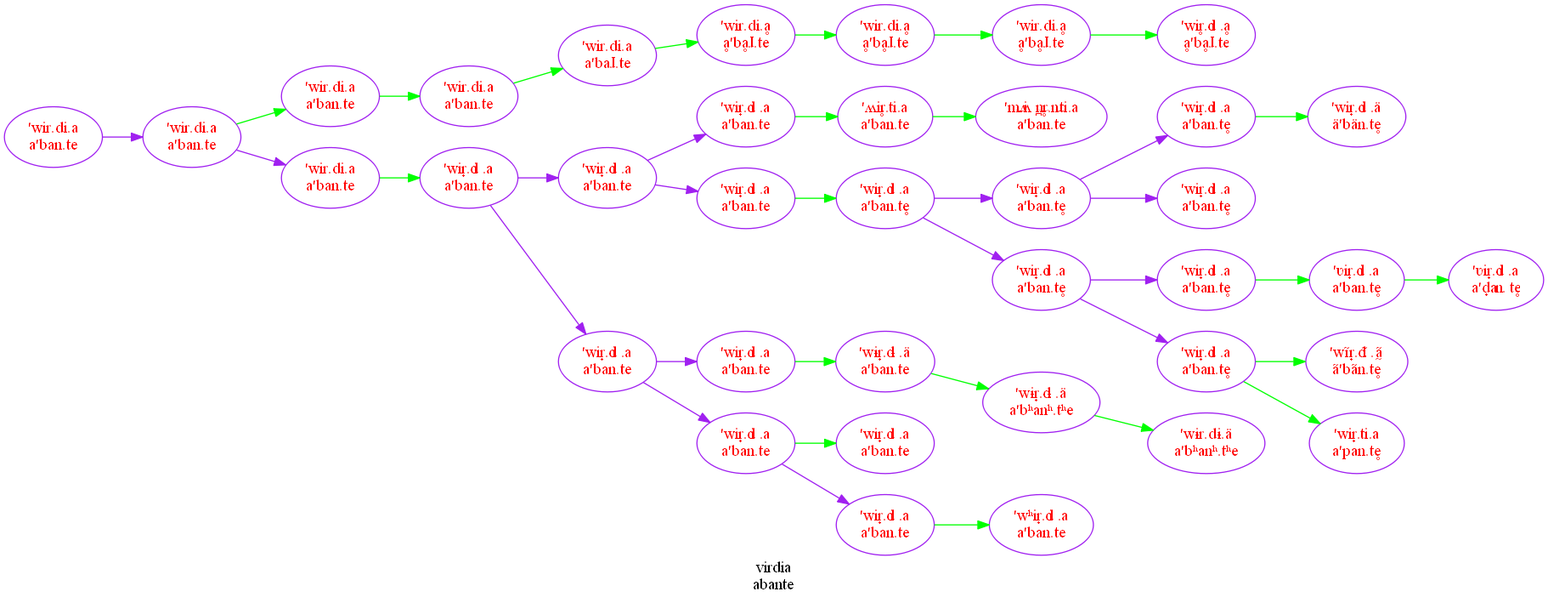
The Graphviz diagram graphe.png in MathieuDehouck/Language_Evolution, before a commit. Its source is kept beside it as graphe.dot.
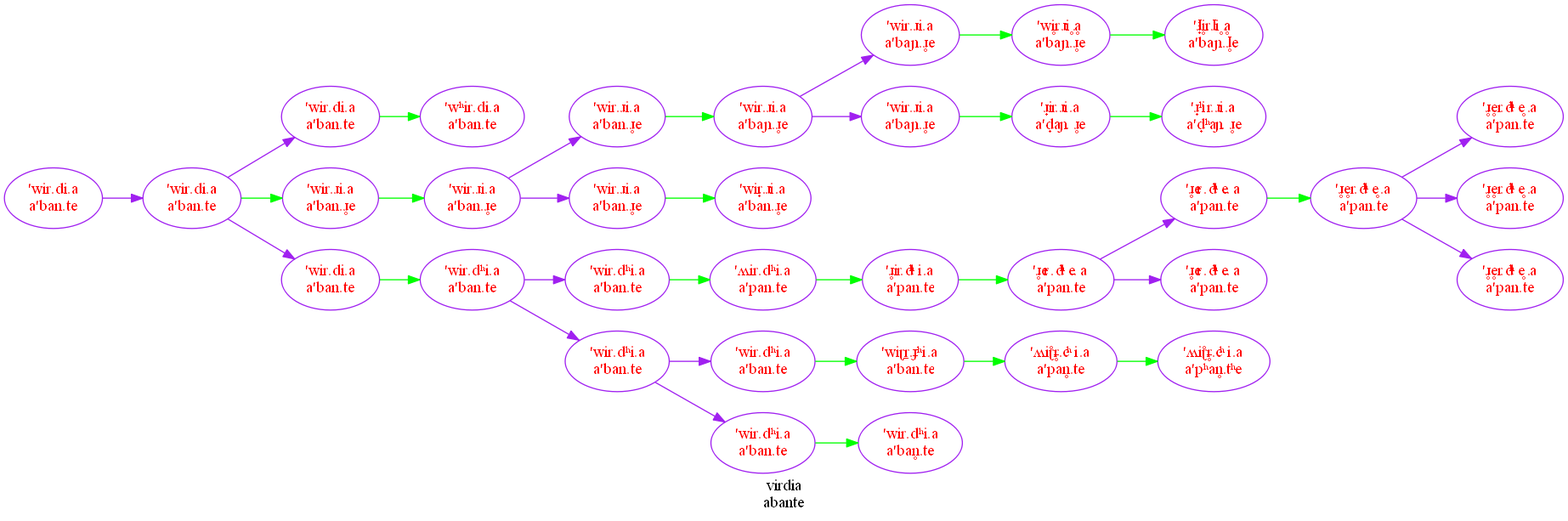
After the change.

What changed in the source:
```diff
@@ -4,114 +4,108 @@
 graph[rankdir="LR"];
 node [style="filled", fillcolor = "white"];
 edge [style="solid", color="purple"];
-0 [label="'wir̟.di.a
+0 [label="'ɺ̟̟̟̟i̥r.ɺi̥.ḁ
+a'baɲ.ɺ̥e", fillcolor= white, color="purple",  fontcolor="red"];
+1 [label="'wir.dʰi.a
 a'ban.te", fillcolor= white, color="purple",  fontcolor="red"];
-1 [label="'wir.di.a
-a'baɺ.te", fillcolor= white, color="purple",  fontcolor="red"];
-2 [label="'wɨr.dɨ.ä
-a'bʰanʰ.tʰe", fillcolor= white, color="purple",  fontcolor="red"];
-3 [label="'ʋir̟.di.a
-a'ban.te̥", fillcolor= white, color="purple",  fontcolor="red"];
-4 [label="'wĩr̟.dĩ.ã
-ã'bãn.tẽ̥", fillcolor= white, color="purple",  fontcolor="red"];
-5 [label="'m͜ʍin̪͜r̥̟.n͜ti.a
+2 [label="'wir.ɹi.a
+a'ban.ɹ̥e", fillcolor= white, color="purple",  fontcolor="red"];
+3 [label="'wir.ɹi.a
+a'ban.ɹ̥e", fillcolor= white, color="purple",  fontcolor="red"];
+4 [label="'ʍir.dʰi.a
+a'pan.te", fillcolor= white, color="purple",  fontcolor="red"];
+5 [label="'wir̟̟.ɹi.a
+a'ban.ɹ̥e", fillcolor= white, color="purple",  fontcolor="red"];
+6 [label="'wir.di.a
 a'ban.te", fillcolor= white, color="purple",  fontcolor="red"];
-6 [label="'wir̟.di.a
-a'ban.te̥", fillcolor= white, color="purple",  fontcolor="red"];
-7 [label="'wɨr̟.dɨ.ä
+7 [label="'wir.dʰi.a
 a'ban.te", fillcolor= white, color="purple",  fontcolor="red"];
-8 [label="'wir̟.di.a
-a'ban.te̥", fillcolor= white, color="purple",  fontcolor="red"];
-9 [label="'wir̟.di.a
+8 [label="'wir.di.a
 a'ban.te", fillcolor= white, color="purple",  fontcolor="red"];
-10 [label="'wir̥.di.ḁ
-ḁ'bḁɺ.te", fillcolor= white, color="purple",  fontcolor="red"];
-11 [label="'wʰir̟.di.a
+9 [label="'wir.ɹi.a
+a'ban.ɹ̥e", fillcolor= white, color="purple",  fontcolor="red"];
+10 [label="'wir.di.a
 a'ban.te", fillcolor= white, color="purple",  fontcolor="red"];
-12 [label="'ʋir̟.di.a
-a'd̟an.te̥", fillcolor= white, color="purple",  fontcolor="red"];
-13 [label="'wir̟.di.a
-a'ban.te̥", fillcolor= white, color="purple",  fontcolor="red"];
-14 [label="'wir.di.a
+11 [label="'ɹ̟ʰir.ɹi.a
+a'd̟ʰaɲ.ɹ̥e", fillcolor= white, color="purple",  fontcolor="red"];
+12 [label="'ɹ̥̟er.dʰe.a
+a'pan.te", fillcolor= white, color="purple",  fontcolor="red"];
+13 [label="'wir.ɹi.a
+a'ban.ɹ̥e", fillcolor= white, color="purple",  fontcolor="red"];
+14 [label="'wir.ɹi.a
+a'baɲ.ɹ̥e", fillcolor= white, color="purple",  fontcolor="red"];
+15 [label="'wir.dʰi.a
 a'ban.te", fillcolor= white, color="purple",  fontcolor="red"];
-15 [label="'wir̟.di.a
-a'ban.te̥", fillcolor= white, color="purple",  fontcolor="red"];
-16 [label="'wir̟.di.a
+16 [label="'wʰir.di.a
 a'ban.te", fillcolor= white, color="purple",  fontcolor="red"];
-17 [label="'wir.di.ḁ
-ḁ'bḁɺ.te", fillcolor= white, color="purple",  fontcolor="red"];
-18 [label="'wir̟.di.a
-a'ban.te̥", fillcolor= white, color="purple",  fontcolor="red"];
-19 [label="'wir̟.di.a
-a'ban.te", fillcolor= white, color="purple",  fontcolor="red"];
-20 [label="'wir̟.di.ä
-ä'bän.te̥", fillcolor= white, color="purple",  fontcolor="red"];
-21 [label="'wir̟.di.a
-a'ban.te", fillcolor= white, color="purple",  fontcolor="red"];
-22 [label="'ʍir̥̟.ti.a
-a'ban.te", fillcolor= white, color="purple",  fontcolor="red"];
-23 [label="'wir̟.di.a
-a'ban.te", fillcolor= white, color="purple",  fontcolor="red"];
-24 [label="'wir̟.di.a
-a'ban.te", fillcolor= white, color="purple",  fontcolor="red"];
+17 [label="'ɹ̟ir.ɹi.a
+a'd̟aɲ.ɹ̥e", fillcolor= white, color="purple",  fontcolor="red"];
+18 [label="'wi̥r.ɹi̥.ḁ
+a'baɲ.ɹ̥e", fillcolor= white, color="purple",  fontcolor="red"];
+19 [label="'ɹ̥̟e̥r.dʰe̥.a
+a'pan.te", fillcolor= white, color="purple",  fontcolor="red"];
+20 [label="'ɹ̥̟er.dʰe.a
+a'pan.te", fillcolor= white, color="purple",  fontcolor="red"];
+21 [label="'ʍiɽ̊r̥̠.cʰi.a
+a'pʰan̥.tʰe", fillcolor= white, color="purple",  fontcolor="red"];
+22 [label="'wir.ɹi.a
+a'baɲ.ɹ̥e", fillcolor= white, color="purple",  fontcolor="red"];
+23 [label="'ɹ̥̟e̥r.dʰe̥.a
+a'pan.te", fillcolor= white, color="purple",  fontcolor="red"];
+24 [label="'ʍiɽ̊r̥̠.cʰi.a
+a'pan̥.te", fillcolor= white, color="purple",  fontcolor="red"];
 25 [label="'wir.di.a
 a'ban.te", fillcolor= white, color="purple",  fontcolor="red"];
-26 [label="'wir.di.a
+26 [label="'wiɽr̠.ɟʰi.a
 a'ban.te", fillcolor= white, color="purple",  fontcolor="red"];
-27 [label="'wɨr̟.dɨ.ä
-a'bʰanʰ.tʰe", fillcolor= white, color="purple",  fontcolor="red"];
-28 [label="'wir.di.ḁ
-ḁ'bḁɺ.te", fillcolor= white, color="purple",  fontcolor="red"];
-29 [label="'wir.di.ḁ
-ḁ'bḁɺ.te", fillcolor= white, color="purple",  fontcolor="red"];
-30 [label="'wir.di.a
+27 [label="'ɹ̥̟e̥r.dʰe̥.a
+a'pan.te", fillcolor= white, color="purple",  fontcolor="red"];
+28 [label="'ɹ̥̟er.dʰe.a
+a'pan.te", fillcolor= white, color="purple",  fontcolor="red"];
+29 [label="'wir.dʰi.a
 a'ban.te", fillcolor= white, color="purple",  fontcolor="red"];
-31 [label="'wir̟.ti.a
-a'pan.te̥", fillcolor= white, color="purple",  fontcolor="red"];
-32 [label="'wir̟.di.a
+30 [label="'wir.ɹi.a
+a'baɲ.ɹ̥e", fillcolor= white, color="purple",  fontcolor="red"];
+31 [label="'wir.dʰi.a
 a'ban.te", fillcolor= white, color="purple",  fontcolor="red"];
-33 [label="'wir̟.di.a
-a'ban.te", fillcolor= white, color="purple",  fontcolor="red"];
-34 [label="'wir̟.di.a
-a'ban.te̥", fillcolor= white, color="purple",  fontcolor="red"];
-35 [label="'wir̟.di.a
-a'ban.te̥", fillcolor= white, color="purple",  fontcolor="red"];
-36 [label="'wir.di.a
-a'ban.te", fillcolor= white, color="purple",  fontcolor="red"];
-36 -> 25;
-30 -> 33[style="solid", color="green"];
-25 -> 30;
-33 -> 19;
-16 -> 35[style="solid", color="green"];
-19 -> 16;
-35 -> 15;
-15 -> 13;
-35 -> 6;
-33 -> 23;
-23 -> 32;
-13 -> 4[style="solid", color="green"];
-13 -> 31[style="solid", color="green"];
-3 -> 12[style="solid", color="green"];
-8 -> 3[style="solid", color="green"];
-15 -> 8;
-18 -> 20[style="solid", color="green"];
-6 -> 18;
-6 -> 34;
-22 -> 5[style="solid", color="green"];
-0 -> 22[style="solid", color="green"];
-19 -> 0;
-27 -> 2[style="solid", color="green"];
-7 -> 27[style="solid", color="green"];
-21 -> 7[style="solid", color="green"];
-23 -> 21;
-24 -> 11[style="solid", color="green"];
-32 -> 24;
-32 -> 9[style="solid", color="green"];
-17 -> 10[style="solid", color="green"];
-29 -> 17[style="solid", color="green"];
-28 -> 29[style="solid", color="green"];
-1 -> 28[style="solid", color="green"];
-14 -> 1[style="solid", color="green"];
-26 -> 14[style="solid", color="green"];
-25 -> 26[style="solid", color="green"];
+32 [label="'ɹ̥̟ir.dʰi.a
+a'pan.te", fillcolor= white, color="purple",  fontcolor="red"];
+33 [label="'wir.dʰi.a
+a'ban̥.te", fillcolor= white, color="purple",  fontcolor="red"];
+34 [label="'ɹ̥̟e̥r.dʰe̥.a
+a'pan.te", fillcolor= white, color="purple",  fontcolor="red"];
+6 -> 10;
+25 -> 29[style="solid", color="green"];
+10 -> 25;
+32 -> 20[style="solid", color="green"];
+4 -> 32[style="solid", color="green"];
+1 -> 4[style="solid", color="green"];
+29 -> 1;
+12 -> 23[style="solid", color="green"];
+20 -> 12;
+29 -> 31;
+13 -> 9[style="solid", color="green"];
+10 -> 13[style="solid", color="green"];
+2 -> 14[style="solid", color="green"];
+9 -> 2;
+23 -> 34;
+23 -> 27;
+23 -> 19;
+20 -> 28;
+15 -> 33[style="solid", color="green"];
+31 -> 15;
+24 -> 21[style="solid", color="green"];
+26 -> 24[style="solid", color="green"];
+7 -> 26[style="solid", color="green"];
+31 -> 7;
+17 -> 11[style="solid", color="green"];
+30 -> 17[style="solid", color="green"];
+14 -> 30;
+18 -> 0[style="solid", color="green"];
+22 -> 18[style="solid", color="green"];
+14 -> 22;
+3 -> 5[style="solid", color="green"];
+9 -> 3;
+8 -> 16[style="solid", color="green"];
+10 -> 8;
 }
```
